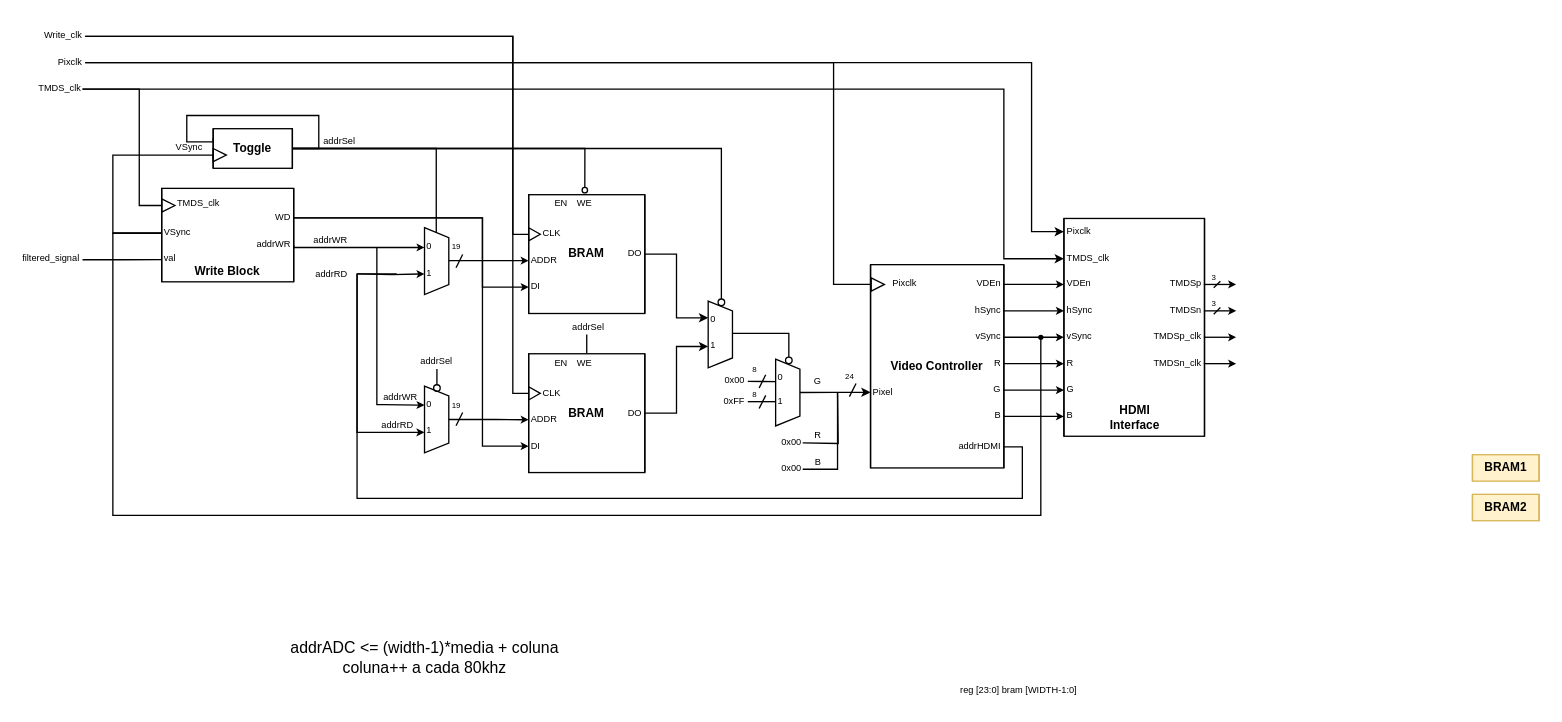
This is page "HDMI_expanded" (9 of 9) of design/BlockDiagram.drawio from ESRGgroup9/oscilloscope_fpga, a draw.io file, before an edit. Source tidied: cells renumbered, new cells numbered last; positions are measured from the earlier drawing's top-left corner, leaving out a move shared by most shapes. Both pictures are drawn from the tidied source at 132%, with x=0, y=0 at pixel (36, 22).
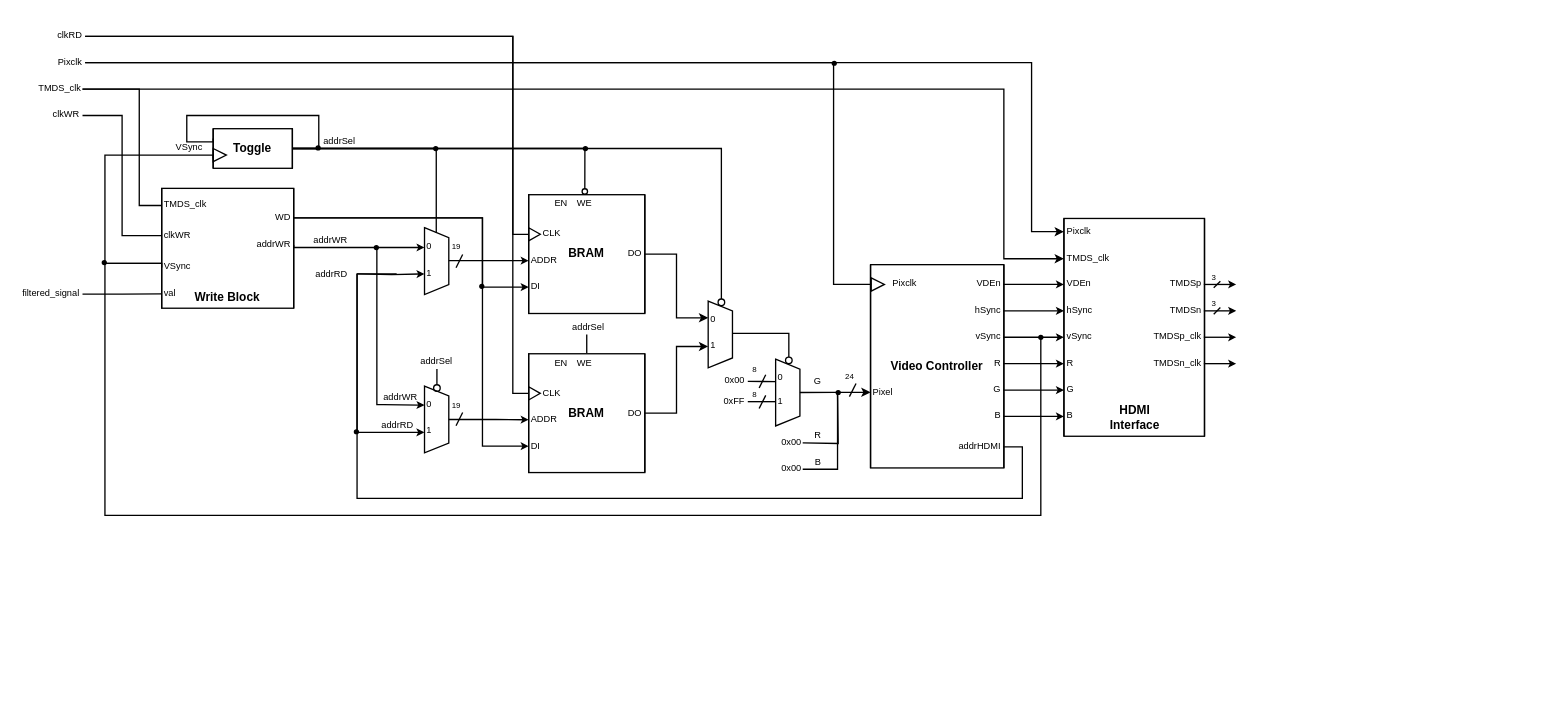
Above is the later version.

The change refers to these unchanged cells:
```xml
<mxCell id="41" style="group;" parent="1" vertex="1">
  <mxGeometry x="373" y="124.5" width="88" height="100.5" as="geometry" />
</mxCell>
<mxCell id="102" value="TMDS_clk" style="text;html=1;strokeColor=none;fillColor=none;align=left;verticalAlign=middle;whiteSpace=wrap;rounded=0;fontSize=7;" parent="1" vertex="1">
  <mxGeometry y="40" width="35" height="20" as="geometry" />
</mxCell>
<mxCell id="126" style="ellipse;whiteSpace=wrap;html=1;fillColor=#000000;" parent="1" vertex="1">
  <mxGeometry x="759.5" y="236.6" width="3" height="2.9" as="geometry" />
</mxCell>
<mxCell id="130" value="&lt;div&gt;Toggle&lt;/div&gt;" style="shape=process;whiteSpace=wrap;html=1;backgroundOutline=1;fontSize=9;strokeColor=default;fillColor=none;size=0;fontStyle=1;verticalAlign=middle;" parent="1" vertex="1">
  <mxGeometry x="134" y="80" width="60" height="30" as="geometry" />
</mxCell>
```

What changed in the source:
```diff
@@
-    <mxCell id="38" value="BRAM1" style="shape=process;whiteSpace=wrap;html=1;backgroundOutline=1;fontSize=9;strokeColor=#d6b656;fillColor=#fff2cc;size=0;fontStyle=1;verticalAlign=middle;" parent="1" vertex="1">
-      <mxGeometry x="1088" y="327" width="50.5" height="20" as="geometry" />
-    </mxCell>
-    <mxCell id="39" value="reg [23:0] bram [WIDTH-1:0]" style="text;html=1;align=center;verticalAlign=middle;strokeColor=none;fillColor=none;fontSize=7;" parent="1" vertex="1">
-      <mxGeometry x="694" y="498" width="100" height="15" as="geometry" />
-    </mxCell>
-    <mxCell id="40" value="BRAM2" style="shape=process;whiteSpace=wrap;html=1;backgroundOutline=1;fontSize=9;strokeColor=#d6b656;fillColor=#fff2cc;size=0;fontStyle=1;verticalAlign=middle;" parent="1" vertex="1">
-      <mxGeometry x="1088" y="357" width="50.5" height="20" as="geometry" />
-    </mxCell>
@@
     <mxCell id="50" style="ellipse;whiteSpace=wrap;html=1;fillColor=none;strokeColor=default;" parent="41" vertex="1">
-      <mxGeometry x="40.5" width="4.1" height="4.1" as="geometry" />
+      <mxGeometry x="40.5" y="1" width="4.1" height="4.1" as="geometry" />
     </mxCell>
@@
-    <mxCell id="109" value="&lt;div&gt;addrADC &amp;lt;= (width-1)*media + coluna&lt;/div&gt;&lt;div&gt;coluna++ a cada 80khz&lt;br&gt;&lt;/div&gt;" style="text;html=1;align=center;verticalAlign=middle;strokeColor=none;fillColor=none;" parent="1" vertex="1">
-      <mxGeometry x="186" y="463" width="215" height="35" as="geometry" />
-    </mxCell>
-    <mxCell id="110" style="edgeStyle=orthogonalEdgeStyle;rounded=0;jettySize=auto;html=1;exitX=0;exitY=0.5;exitDx=0;exitDy=0;endArrow=none;endFill=0;endSize=3;strokeWidth=1;entryX=1;entryY=0.5;entryDx=0;entryDy=0;" parent="1" edge="1" source="143" target="102">
+    <mxCell id="110" style="edgeStyle=orthogonalEdgeStyle;rounded=0;jettySize=auto;html=1;exitX=0;exitY=0.5;exitDx=0;exitDy=0;endArrow=none;endFill=0;endSize=3;strokeWidth=1;entryX=1;entryY=0.5;entryDx=0;entryDy=0;" parent="1" edge="1" target="102">
       <mxGeometry relative="1" as="geometry">
+        <mxPoint x="95" y="138.2" as="sourcePoint" />
         <Array as="points">
           <mxPoint x="78" y="138" />
           <mxPoint x="78" y="50" />
         </Array>
       </mxGeometry>
     </mxCell>
@@
     <mxCell id="125" style="edgeStyle=orthogonalEdgeStyle;rounded=0;jettySize=auto;html=1;endArrow=none;endFill=0;endSize=3;strokeWidth=1;entryX=0;entryY=0.5;entryDx=0;entryDy=0;" parent="1" edge="1" source="126" target="141">
       <mxGeometry relative="1" as="geometry">
         <Array as="points">
           <mxPoint x="761" y="373" />
-          <mxPoint x="58" y="373" />
-          <mxPoint x="58" y="159" />
+          <mxPoint x="52" y="373" />
+          <mxPoint x="52" y="182" />
+          <mxPoint x="95" y="182" />
         </Array>
       </mxGeometry>
     </mxCell>
@@
     <mxCell id="127" style="edgeStyle=orthogonalEdgeStyle;rounded=0;jettySize=auto;html=1;exitX=0;exitY=0.75;exitDx=0;exitDy=0;endArrow=none;endFill=0;endSize=3;strokeWidth=1;" parent="1" edge="1" source="130" target="141">
       <mxGeometry relative="1" as="geometry">
         <Array as="points">
           <mxPoint x="134" y="100" />
-          <mxPoint x="58" y="100" />
-          <mxPoint x="58" y="159" />
+          <mxPoint x="52" y="100" />
+          <mxPoint x="52" y="182" />
         </Array>
       </mxGeometry>
     </mxCell>
@@
     <mxCell id="134" value="filtered_signal" style="text;html=1;strokeColor=none;fillColor=none;align=right;verticalAlign=middle;whiteSpace=wrap;rounded=0;fontSize=7;" parent="1" vertex="1">
-      <mxGeometry y="169.3" width="35" height="20" as="geometry" />
+      <mxGeometry y="195.3" width="35" height="20" as="geometry" />
     </mxCell>
@@
-    <mxCell id="138" value="Write_clk" style="text;html=1;strokeColor=none;fillColor=none;align=right;verticalAlign=middle;whiteSpace=wrap;rounded=0;fontSize=7;" parent="1" vertex="1">
+    <mxCell id="138" value="clkRD" style="text;html=1;strokeColor=none;fillColor=none;align=right;verticalAlign=middle;whiteSpace=wrap;rounded=0;fontSize=7;" parent="1" vertex="1">
       <mxGeometry x="2" width="35" height="20" as="geometry" />
     </mxCell>
     <mxCell id="139" value="Write Block" style="shape=process;whiteSpace=wrap;html=1;backgroundOutline=1;fontSize=9;strokeColor=default;fillColor=none;size=0;fontStyle=1;verticalAlign=bottom;" parent="1" vertex="1">
-      <mxGeometry x="95" y="125.2" width="100" height="70.8" as="geometry" />
+      <mxGeometry x="95" y="125.2" width="100" height="90.8" as="geometry" />
     </mxCell>
@@
     <mxCell id="141" value="VSync" style="text;html=1;strokeColor=none;fillColor=none;align=left;verticalAlign=middle;whiteSpace=wrap;rounded=0;fontSize=7;" parent="1" vertex="1">
-      <mxGeometry x="95" y="149.2" width="20" height="20" as="geometry" />
+      <mxGeometry x="95" y="175.2" width="20" height="20" as="geometry" />
     </mxCell>
     <mxCell id="142" value="&lt;div&gt;TMDS_clk&lt;/div&gt;" style="text;html=1;strokeColor=none;fillColor=none;align=left;verticalAlign=middle;whiteSpace=wrap;rounded=0;fontSize=7;" parent="1" vertex="1">
-      <mxGeometry x="105" y="127.2" width="40" height="20" as="geometry" />
+      <mxGeometry x="95" y="128" width="40" height="20" as="geometry" />
     </mxCell>
-    <mxCell id="143" style="triangle;whiteSpace=wrap;html=1;fontSize=9;fillColor=none;strokeColor=default;" parent="1" vertex="1">
-      <mxGeometry x="95" y="133.2" width="10" height="10" as="geometry" />
-    </mxCell>
@@
     <mxCell id="145" value="val" style="text;html=1;strokeColor=none;fillColor=none;align=left;verticalAlign=middle;whiteSpace=wrap;rounded=0;fontSize=7;" parent="1" vertex="1">
-      <mxGeometry x="95" y="169.2" width="20" height="20" as="geometry" />
+      <mxGeometry x="95" y="195.2" width="20" height="20" as="geometry" />
     </mxCell>
+    <mxCell id="146" style="edgeStyle=orthogonalEdgeStyle;rounded=0;jettySize=auto;html=1;entryX=0;entryY=0.5;entryDx=0;entryDy=0;endArrow=none;endFill=0;" parent="1" edge="1" source="147" target="148">
+      <mxGeometry relative="1" as="geometry">
+        <Array as="points">
+          <mxPoint x="65" y="70" />
+          <mxPoint x="65" y="161" />
+        </Array>
+      </mxGeometry>
+    </mxCell>
+    <mxCell id="147" value="&lt;div&gt;clkWR&lt;/div&gt;" style="text;html=1;strokeColor=none;fillColor=none;align=right;verticalAlign=middle;whiteSpace=wrap;rounded=0;fontSize=7;" parent="1" vertex="1">
+      <mxGeometry y="60" width="35" height="20" as="geometry" />
+    </mxCell>
+    <mxCell id="148" value="clkWR" style="text;html=1;strokeColor=none;fillColor=none;align=left;verticalAlign=middle;whiteSpace=wrap;rounded=0;fontSize=7;" parent="1" vertex="1">
+      <mxGeometry x="95" y="151" width="40" height="20" as="geometry" />
+    </mxCell>
+    <mxCell id="149" style="ellipse;whiteSpace=wrap;html=1;fillColor=#000000;" parent="1" vertex="1">
+      <mxGeometry x="336" y="198" width="3" height="2.9" as="geometry" />
+    </mxCell>
+    <mxCell id="150" style="ellipse;whiteSpace=wrap;html=1;fillColor=#000000;" parent="1" vertex="1">
+      <mxGeometry x="301.1" y="93.6" width="3" height="2.9" as="geometry" />
+    </mxCell>
+    <mxCell id="151" style="ellipse;whiteSpace=wrap;html=1;fillColor=#000000;" parent="1" vertex="1">
+      <mxGeometry x="414.5" y="93.6" width="3" height="2.9" as="geometry" />
+    </mxCell>
+    <mxCell id="152" style="ellipse;whiteSpace=wrap;html=1;fillColor=#000000;" parent="1" vertex="1">
+      <mxGeometry x="603" y="29" width="3" height="2.9" as="geometry" />
+    </mxCell>
+    <mxCell id="153" style="ellipse;whiteSpace=wrap;html=1;fillColor=#000000;" parent="1" vertex="1">
+      <mxGeometry x="241" y="308.1" width="3" height="2.9" as="geometry" />
+    </mxCell>
+    <mxCell id="154" style="ellipse;whiteSpace=wrap;html=1;fillColor=#000000;" parent="1" vertex="1">
+      <mxGeometry x="50" y="180" width="3" height="2.9" as="geometry" />
+    </mxCell>
+    <mxCell id="155" style="ellipse;whiteSpace=wrap;html=1;fillColor=#000000;" parent="1" vertex="1">
+      <mxGeometry x="256.1" y="168.6" width="3" height="2.9" as="geometry" />
+    </mxCell>
+    <mxCell id="156" style="ellipse;whiteSpace=wrap;html=1;fillColor=#000000;" parent="1" vertex="1">
+      <mxGeometry x="212" y="93.1" width="3" height="2.9" as="geometry" />
+    </mxCell>
+    <mxCell id="157" style="ellipse;whiteSpace=wrap;html=1;fillColor=#000000;" parent="1" vertex="1">
+      <mxGeometry x="606" y="278.4" width="3" height="2.9" as="geometry" />
+    </mxCell>
```
